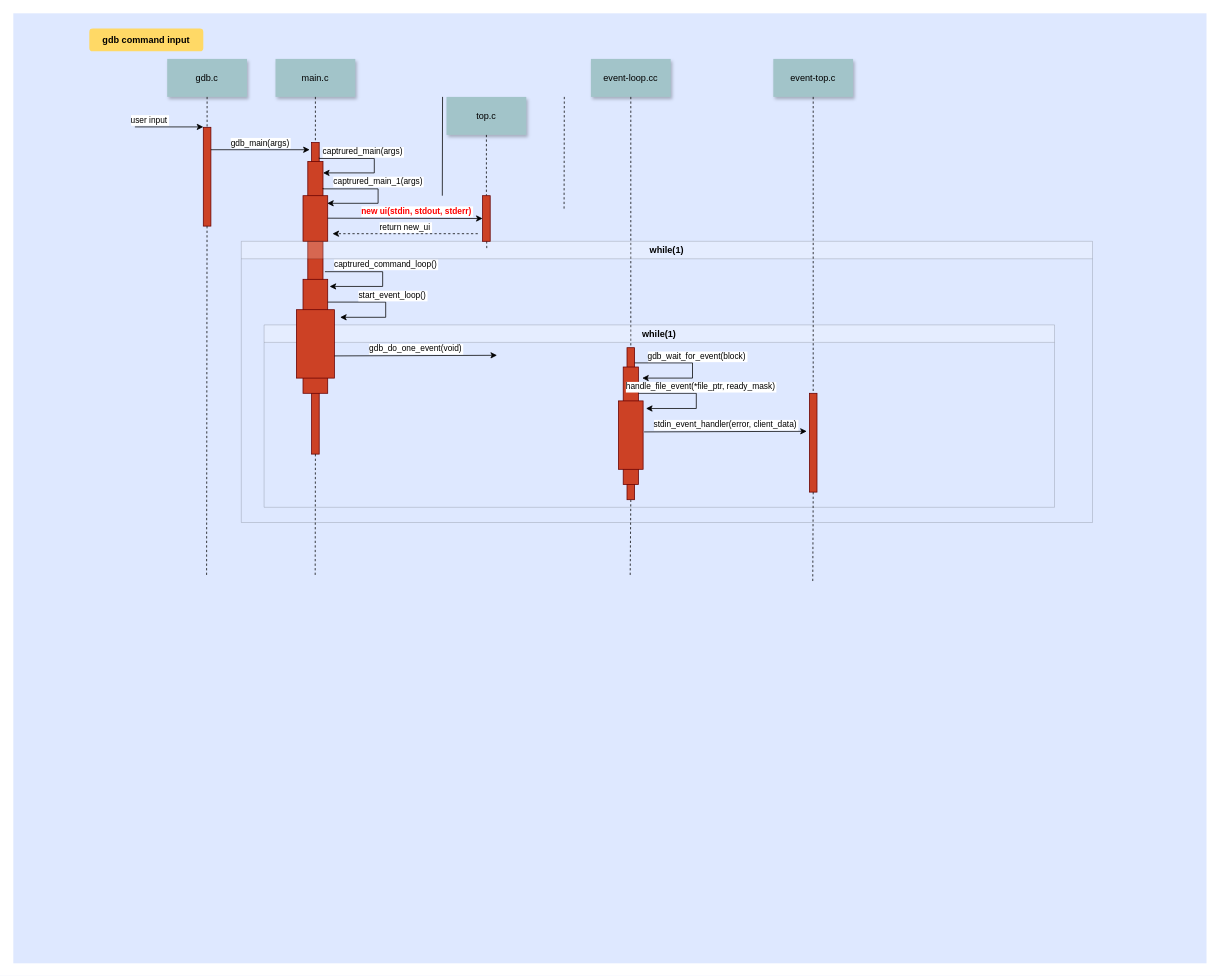
The draw.io diagram Biểu đồ không có tiêu đề.drawio in hieunguyenbv/gdb_flow, before the edit. Source tidied: cells renumbered, new cells numbered last; positions are measured from the earlier drawing's top-left corner, leaving out a move shared by most shapes. Both pictures are drawn from the tidied source at 76%, with x=0, y=0 at pixel (13, 13).
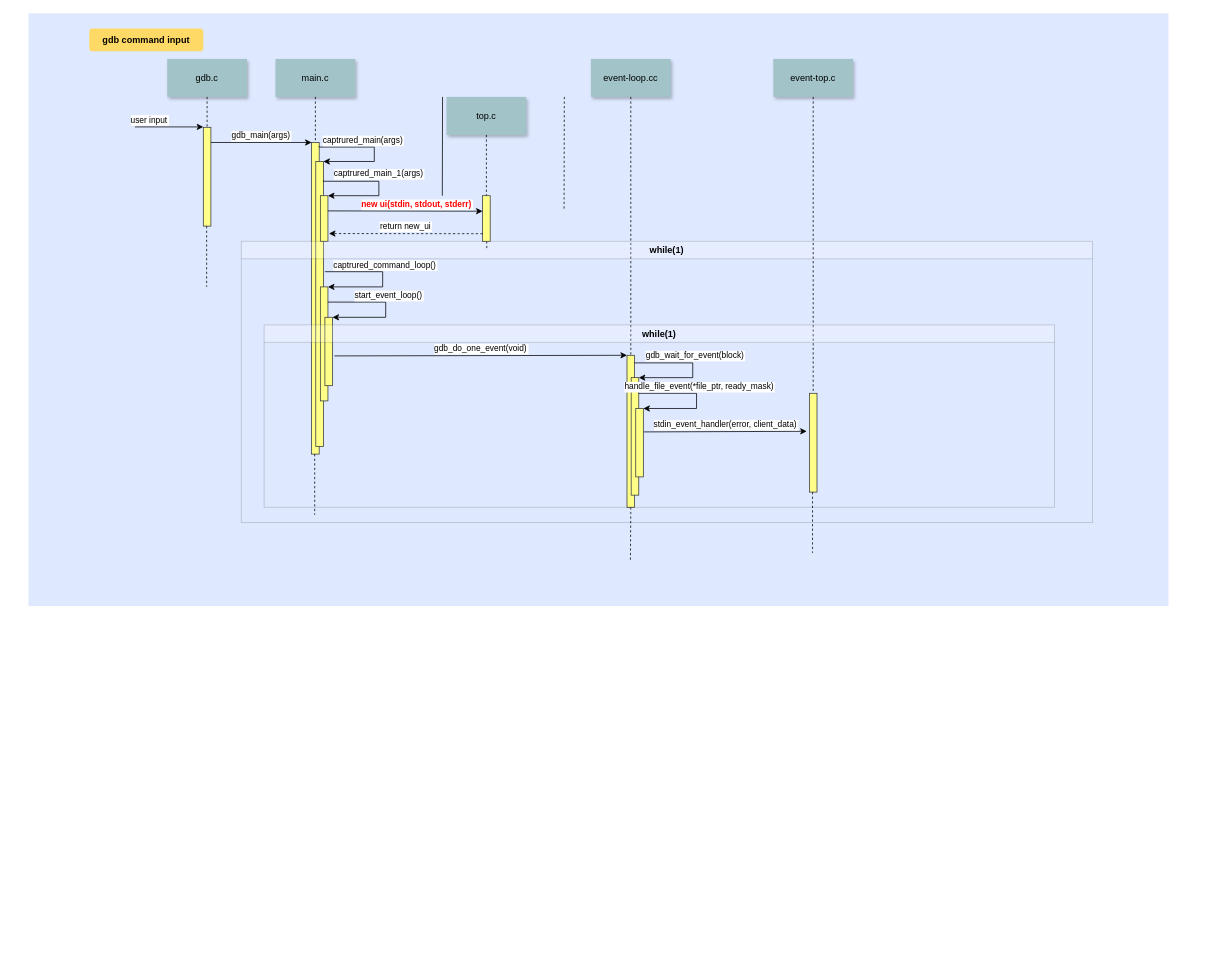
After the change.

Commit message:
Cập nhật Biểu đồ không có tiêu đề.drawio

Diff of the diagram source:
```diff
@@
     <mxCell id="2" style="fillColor=#DEE8FF;strokeColor=none;" parent="1" vertex="1">
-      <mxGeometry width="1570" height="1250" as="geometry" />
+      <mxGeometry x="20" width="1500" height="780" as="geometry" />
     </mxCell>
-    <mxCell id="3" style="fillColor=#CC4125;strokeColor=#660000;" parent="1" vertex="1">
+    <mxCell id="3" style="fillColor=#ffff88;strokeColor=#36393d;" parent="1" vertex="1">
       <mxGeometry x="250" y="150" width="10" height="130" as="geometry" />
     </mxCell>
@@
-    <mxCell id="6" style="fillColor=#CC4125;strokeColor=#660000;" parent="1" vertex="1">
+    <mxCell id="6" style="fillColor=#ffff88;strokeColor=#36393d;" parent="1" vertex="1">
       <mxGeometry x="392.5" y="170" width="10" height="410" as="geometry" />
     </mxCell>
@@
-    <mxCell id="9" value="gdb_main(args)" style="edgeStyle=none;verticalLabelPosition=top;verticalAlign=bottom;" parent="1" edge="1">
+    <mxCell id="9" value="gdb_main(args)" style="edgeStyle=none;verticalLabelPosition=top;verticalAlign=bottom;entryX=0;entryY=0;entryDx=0;entryDy=0;" parent="1" edge="1" target="6">
       <mxGeometry x="220" y="92" as="geometry">
-        <mxPoint x="260" y="179.5" as="sourcePoint" />
-        <mxPoint x="390" y="179.5" as="targetPoint" />
+        <mxPoint x="260" y="170" as="sourcePoint" />
       </mxGeometry>
     </mxCell>
-    <mxCell id="10" value="captrured_main(args)" style="edgeStyle=orthogonalEdgeStyle;verticalLabelPosition=top;verticalAlign=bottom;exitX=1.25;exitY=0.213;exitDx=0;exitDy=0;flowAnimation=0;rounded=0;strokeColor=default;jumpStyle=none;shadow=0;comic=0;noJump=0;exitPerimeter=0;" parent="1" edge="1" target="19">
+    <mxCell id="10" value="captrured_main(args)" style="edgeStyle=orthogonalEdgeStyle;verticalLabelPosition=top;verticalAlign=bottom;exitX=1.25;exitY=0.213;exitDx=0;exitDy=0;flowAnimation=0;rounded=0;strokeColor=default;jumpStyle=none;shadow=0;comic=0;noJump=0;exitPerimeter=0;entryX=1;entryY=0;entryDx=0;entryDy=0;" parent="1" edge="1" target="19">
       <mxGeometry as="geometry">
-        <mxPoint x="402.5" y="190" as="sourcePoint" />
+        <mxPoint x="402.5" y="175" as="sourcePoint" />
         <Array as="points">
-          <mxPoint x="403" y="191" />
-          <mxPoint x="475" y="191" />
-          <mxPoint x="475" y="210" />
+          <mxPoint x="475" y="176" />
+          <mxPoint x="475" y="195" />
         </Array>
         <mxPoint x="55" y="-9" as="offset" />
       </mxGeometry>
     </mxCell>
@@
-    <mxCell id="16" style="edgeStyle=none;dashed=1;endArrow=none;entryX=0.162;entryY=0.592;entryDx=0;entryDy=0;entryPerimeter=0;" parent="1" edge="1" source="3" target="2">
-      <mxGeometry x="50" y="300" as="geometry" />
-    </mxCell>
@@
-    <mxCell id="18" value="captrured_command_loop()" style="edgeStyle=orthogonalEdgeStyle;verticalLabelPosition=top;verticalAlign=bottom;flowAnimation=0;rounded=0;strokeColor=default;jumpStyle=none;shadow=0;comic=0;noJump=0;" parent="1" edge="1">
+    <mxCell id="18" value="captrured_command_loop()" style="edgeStyle=orthogonalEdgeStyle;verticalLabelPosition=top;verticalAlign=bottom;flowAnimation=0;rounded=0;strokeColor=default;jumpStyle=none;shadow=0;comic=0;noJump=0;entryX=1;entryY=0;entryDx=0;entryDy=0;" parent="1" edge="1" target="22">
       <mxGeometry as="geometry">
         <mxPoint x="410" y="340" as="sourcePoint" />
-        <mxPoint x="416.2" y="359.4" as="targetPoint" />
         <Array as="points">
-          <mxPoint x="414" y="340" />
           <mxPoint x="486" y="340" />
-          <mxPoint x="486" y="359" />
+          <mxPoint x="486" y="360" />
         </Array>
         <mxPoint x="77" y="-10" as="offset" />
       </mxGeometry>
     </mxCell>
-    <mxCell id="19" style="fillColor=#CC4125;strokeColor=#660000;" parent="1" vertex="1">
-      <mxGeometry x="387.5" y="195" width="20" height="205" as="geometry" />
+    <mxCell id="19" style="fillColor=#ffff88;strokeColor=#36393d;" parent="1" vertex="1">
+      <mxGeometry x="398" y="195" width="10" height="375" as="geometry" />
     </mxCell>
-    <mxCell id="20" style="fillColor=#CC4125;strokeColor=#660000;" parent="1" vertex="1">
-      <mxGeometry x="381.2" y="240" width="32.5" height="60" as="geometry" />
+    <mxCell id="20" style="fillColor=#ffff88;strokeColor=#36393d;" parent="1" vertex="1">
+      <mxGeometry x="404" y="240" width="10" height="60" as="geometry" />
     </mxCell>
-    <mxCell id="21" value="captrured_main_1(args)" style="edgeStyle=orthogonalEdgeStyle;verticalLabelPosition=top;verticalAlign=bottom;exitX=1.25;exitY=0.213;exitDx=0;exitDy=0;flowAnimation=0;rounded=0;strokeColor=default;jumpStyle=none;shadow=0;comic=0;noJump=0;exitPerimeter=0;" parent="1" edge="1">
+    <mxCell id="21" value="captrured_main_1(args)" style="edgeStyle=orthogonalEdgeStyle;verticalLabelPosition=top;verticalAlign=bottom;exitX=1.25;exitY=0.213;exitDx=0;exitDy=0;flowAnimation=0;rounded=0;strokeColor=default;jumpStyle=none;shadow=0;comic=0;noJump=0;exitPerimeter=0;entryX=1;entryY=0;entryDx=0;entryDy=0;" parent="1" edge="1" target="20">
       <mxGeometry as="geometry">
-        <mxPoint x="407.5" y="230" as="sourcePoint" />
-        <mxPoint x="413" y="250" as="targetPoint" />
+        <mxPoint x="408" y="220" as="sourcePoint" />
         <Array as="points">
-          <mxPoint x="408" y="231" />
-          <mxPoint x="480" y="231" />
-          <mxPoint x="480" y="250" />
+          <mxPoint x="481" y="221" />
+          <mxPoint x="481" y="240" />
         </Array>
         <mxPoint x="70" y="-10" as="offset" />
       </mxGeometry>
     </mxCell>
-    <mxCell id="22" style="fillColor=#CC4125;strokeColor=#660000;" parent="1" vertex="1">
-      <mxGeometry x="381.2" y="350" width="32.5" height="150" as="geometry" />
+    <mxCell id="22" style="fillColor=#ffff88;strokeColor=#36393d;" parent="1" vertex="1">
+      <mxGeometry x="404" y="360" width="10" height="150" as="geometry" />
     </mxCell>
@@
-    <mxCell id="24" value="while(1)" style="swimlane;whiteSpace=wrap;html=1;opacity=20;" parent="1" vertex="1">
-      <mxGeometry x="330" y="410" width="1040" height="240" as="geometry" />
-    </mxCell>
@@
-    <mxCell id="28" style="fillColor=#CC4125;strokeColor=#660000;" parent="1" vertex="1">
+    <mxCell id="28" style="fillColor=#ffff88;strokeColor=#36393d;" parent="1" vertex="1">
       <mxGeometry x="617.5" y="240" width="10" height="60" as="geometry" />
     </mxCell>
-    <mxCell id="29" value="new ui(stdin, stdout, stderr)" style="edgeStyle=none;verticalLabelPosition=top;verticalAlign=bottom;entryX=0;entryY=0.5;entryDx=0;entryDy=0;strokeColor=default;fontStyle=1;fontColor=#ff0000;" parent="1" edge="1" target="28">
+    <mxCell id="29" value="new ui(stdin, stdout, stderr)" style="edgeStyle=none;verticalLabelPosition=top;verticalAlign=bottom;entryX=0;entryY=0.5;entryDx=0;entryDy=0;strokeColor=default;fontStyle=1;fontColor=#ff0000;" parent="1" edge="1">
       <mxGeometry as="geometry">
-        <mxPoint x="413.8" y="269.6" as="sourcePoint" />
+        <mxPoint x="413.8" y="260" as="sourcePoint" />
+        <mxPoint x="617.5" y="260.4" as="targetPoint" />
         <mxPoint x="15" as="offset" />
       </mxGeometry>
     </mxCell>
-    <mxCell id="30" value="return new_ui" style="edgeStyle=none;verticalLabelPosition=top;verticalAlign=bottom;entryX=0.389;entryY=0.216;entryDx=0;entryDy=0;entryPerimeter=0;dashed=1;" parent="1" edge="1">
+    <mxCell id="30" value="return new_ui" style="edgeStyle=none;verticalLabelPosition=top;verticalAlign=bottom;entryX=1.131;entryY=0.83;entryDx=0;entryDy=0;entryPerimeter=0;dashed=1;" parent="1" edge="1" target="20">
       <mxGeometry x="220" y="92" as="geometry">
-        <mxPoint x="611.2" y="290" as="sourcePoint" />
-        <mxPoint x="420" y="290" as="targetPoint" />
+        <mxPoint x="617.5" y="290" as="sourcePoint" />
       </mxGeometry>
     </mxCell>
@@
-    <mxCell id="33" style="fillColor=#CC4125;strokeColor=#660000;" parent="1" vertex="1">
+    <mxCell id="33" style="fillColor=#ffff88;strokeColor=#36393d;" parent="1" vertex="1">
       <mxGeometry x="1047.5" y="500" width="10" height="130" as="geometry" />
     </mxCell>
@@
-    <mxCell id="35" style="edgeStyle=none;endArrow=none;dashed=1;exitX=0.5;exitY=1;exitDx=0;exitDy=0;entryX=0.253;entryY=0.592;entryDx=0;entryDy=0;entryPerimeter=0;" parent="1" edge="1" source="6" target="2">
-      <mxGeometry x="376.6" y="339.7" as="geometry" />
-    </mxCell>
-    <mxCell id="36" style="edgeStyle=none;endArrow=none;dashed=1;exitX=0.5;exitY=1;exitDx=0;exitDy=0;entryX=0.517;entryY=0.592;entryDx=0;entryDy=0;entryPerimeter=0;" parent="1" edge="1" source="41" target="2">
-      <mxGeometry x="376.6" y="339.7" as="geometry" />
+    <mxCell id="36" style="edgeStyle=none;endArrow=none;dashed=1;exitX=0.5;exitY=1;exitDx=0;exitDy=0;" parent="1" edge="1" source="41">
+      <mxGeometry x="376.6" y="339.7" as="geometry">
+        <mxPoint x="812" y="720" as="targetPoint" />
+      </mxGeometry>
     </mxCell>
-    <mxCell id="37" style="edgeStyle=none;endArrow=none;dashed=1;exitX=0.5;exitY=1;exitDx=0;exitDy=0;entryX=0.67;entryY=0.6;entryDx=0;entryDy=0;entryPerimeter=0;" parent="1" edge="1" source="33" target="2">
-      <mxGeometry x="376.6" y="339.7" as="geometry" />
-    </mxCell>
-    <mxCell id="38" style="fillColor=#CC4125;strokeColor=#660000;" parent="1" vertex="1">
-      <mxGeometry x="372.5" y="390" width="50" height="90" as="geometry" />
-    </mxCell>
-    <mxCell id="39" value="start_event_loop()" style="edgeStyle=orthogonalEdgeStyle;verticalLabelPosition=top;verticalAlign=bottom;flowAnimation=0;rounded=0;strokeColor=default;jumpStyle=none;shadow=0;comic=0;noJump=0;" parent="1" edge="1">
+    <mxCell id="39" value="start_event_loop()" style="edgeStyle=orthogonalEdgeStyle;verticalLabelPosition=top;verticalAlign=bottom;flowAnimation=0;rounded=0;strokeColor=default;jumpStyle=none;shadow=0;comic=0;noJump=0;entryX=1;entryY=0;entryDx=0;entryDy=0;" parent="1" edge="1" target="38">
       <mxGeometry as="geometry">
         <mxPoint x="413.8" y="380" as="sourcePoint" />
-        <mxPoint x="430" y="400" as="targetPoint" />
         <Array as="points">
           <mxPoint x="490" y="380" />
           <mxPoint x="490" y="400" />
         </Array>
         <mxPoint x="77" y="-10" as="offset" />
       </mxGeometry>
     </mxCell>
-    <mxCell id="40" value="gdb_do_one_event(void)" style="edgeStyle=elbowEdgeStyle;elbow=vertical;verticalLabelPosition=top;verticalAlign=bottom;entryX=-0.1;entryY=0.362;entryDx=0;entryDy=0;entryPerimeter=0;" parent="1" edge="1">
+    <mxCell id="40" value="gdb_do_one_event(void)" style="edgeStyle=elbowEdgeStyle;elbow=vertical;verticalLabelPosition=top;verticalAlign=bottom;entryX=0;entryY=0;entryDx=0;entryDy=0;" parent="1" edge="1" target="41">
       <mxGeometry x="550" y="261.7" as="geometry">
         <mxPoint x="422.5" y="450.8" as="sourcePoint" />
-        <mxPoint x="636.5" y="450" as="targetPoint" />
       </mxGeometry>
     </mxCell>
-    <mxCell id="41" style="fillColor=#CC4125;strokeColor=#660000;" parent="1" vertex="1">
-      <mxGeometry x="807.5" y="440" width="10" height="200" as="geometry" />
+    <mxCell id="41" style="fillColor=#ffff88;strokeColor=#36393d;" parent="1" vertex="1">
+      <mxGeometry x="807.5" y="450" width="10" height="200" as="geometry" />
     </mxCell>
-    <mxCell id="42" style="fillColor=#CC4125;strokeColor=#660000;" parent="1" vertex="1">
-      <mxGeometry x="802.5" y="465.4" width="20" height="154.6" as="geometry" />
+    <mxCell id="42" style="fillColor=#ffff88;strokeColor=#36393d;" parent="1" vertex="1">
+      <mxGeometry x="813" y="479.4" width="10" height="154.6" as="geometry" />
     </mxCell>
-    <mxCell id="43" value="gdb_wait_for_event(block)" style="edgeStyle=orthogonalEdgeStyle;verticalLabelPosition=top;verticalAlign=bottom;flowAnimation=0;rounded=0;strokeColor=default;jumpStyle=none;shadow=0;comic=0;noJump=0;" parent="1" edge="1">
+    <mxCell id="43" value="gdb_wait_for_event(block)" style="edgeStyle=orthogonalEdgeStyle;verticalLabelPosition=top;verticalAlign=bottom;flowAnimation=0;rounded=0;strokeColor=default;jumpStyle=none;shadow=0;comic=0;noJump=0;entryX=1;entryY=0;entryDx=0;entryDy=0;" parent="1" edge="1" target="42">
       <mxGeometry x="-300" y="-290" as="geometry">
         <mxPoint x="817.5" y="460" as="sourcePoint" />
-        <mxPoint x="827.5" y="480" as="targetPoint" />
         <Array as="points">
-          <mxPoint x="893.7" y="460" />
-          <mxPoint x="893.7" y="480" />
+          <mxPoint x="894" y="460" />
+          <mxPoint x="894" y="479" />
         </Array>
         <mxPoint x="77" y="-10" as="offset" />
       </mxGeometry>
     </mxCell>
-    <mxCell id="44" value="handle_file_event(*file_ptr, ready_mask)" style="edgeStyle=orthogonalEdgeStyle;verticalLabelPosition=top;verticalAlign=bottom;flowAnimation=0;rounded=0;strokeColor=default;jumpStyle=none;shadow=0;comic=0;noJump=0;" parent="1" edge="1">
+    <mxCell id="44" value="handle_file_event(*file_ptr, ready_mask)" style="edgeStyle=orthogonalEdgeStyle;verticalLabelPosition=top;verticalAlign=bottom;flowAnimation=0;rounded=0;strokeColor=default;jumpStyle=none;shadow=0;comic=0;noJump=0;entryX=1;entryY=0;entryDx=0;entryDy=0;" parent="1" edge="1" target="45">
       <mxGeometry x="-610" y="-700" as="geometry">
         <mxPoint x="822.5" y="500" as="sourcePoint" />
-        <mxPoint x="832.5" y="520" as="targetPoint" />
         <Array as="points">
-          <mxPoint x="898.7" y="500" />
-          <mxPoint x="898.7" y="520" />
+          <mxPoint x="899" y="500" />
+          <mxPoint x="899" y="520" />
         </Array>
         <mxPoint x="77" y="-10" as="offset" />
       </mxGeometry>
     </mxCell>
-    <mxCell id="45" style="fillColor=#CC4125;strokeColor=#660000;" parent="1" vertex="1">
-      <mxGeometry x="796.2" y="510" width="32.5" height="90" as="geometry" />
+    <mxCell id="45" style="fillColor=#ffff88;strokeColor=#36393d;" parent="1" vertex="1">
+      <mxGeometry x="819" y="520" width="10" height="90" as="geometry" />
     </mxCell>
+    <mxCell id="46" style="edgeStyle=none;endArrow=none;dashed=1;exitX=0.5;exitY=1;exitDx=0;exitDy=0;" parent="1" edge="1">
+      <mxGeometry x="376.6" y="339.7" as="geometry">
+        <mxPoint x="1051.6" y="630" as="sourcePoint" />
+        <mxPoint x="1051.6" y="710" as="targetPoint" />
+      </mxGeometry>
+    </mxCell>
+    <mxCell id="47" style="edgeStyle=none;endArrow=none;dashed=1;exitX=0.5;exitY=1;exitDx=0;exitDy=0;" parent="1" edge="1">
+      <mxGeometry x="96.6" y="-70.3" as="geometry">
+        <mxPoint x="254.4" y="280" as="sourcePoint" />
+        <mxPoint x="254.4" y="360" as="targetPoint" />
+      </mxGeometry>
+    </mxCell>
+    <mxCell id="38" style="fillColor=#ffff88;strokeColor=#36393d;" parent="1" vertex="1">
+      <mxGeometry x="410" y="400" width="10" height="90" as="geometry" />
+    </mxCell>
+    <mxCell id="24" value="while(1)" style="swimlane;whiteSpace=wrap;html=1;opacity=20;" parent="1" vertex="1">
+      <mxGeometry x="330" y="410" width="1040" height="240" as="geometry" />
+    </mxCell>
+    <mxCell id="48" style="edgeStyle=none;endArrow=none;dashed=1;exitX=0.5;exitY=1;exitDx=0;exitDy=0;" parent="24" edge="1">
+      <mxGeometry x="96.6" y="-70.3" as="geometry">
+        <mxPoint x="66.6" y="170" as="sourcePoint" />
+        <mxPoint x="66.6" y="250" as="targetPoint" />
+      </mxGeometry>
+    </mxCell>
```
